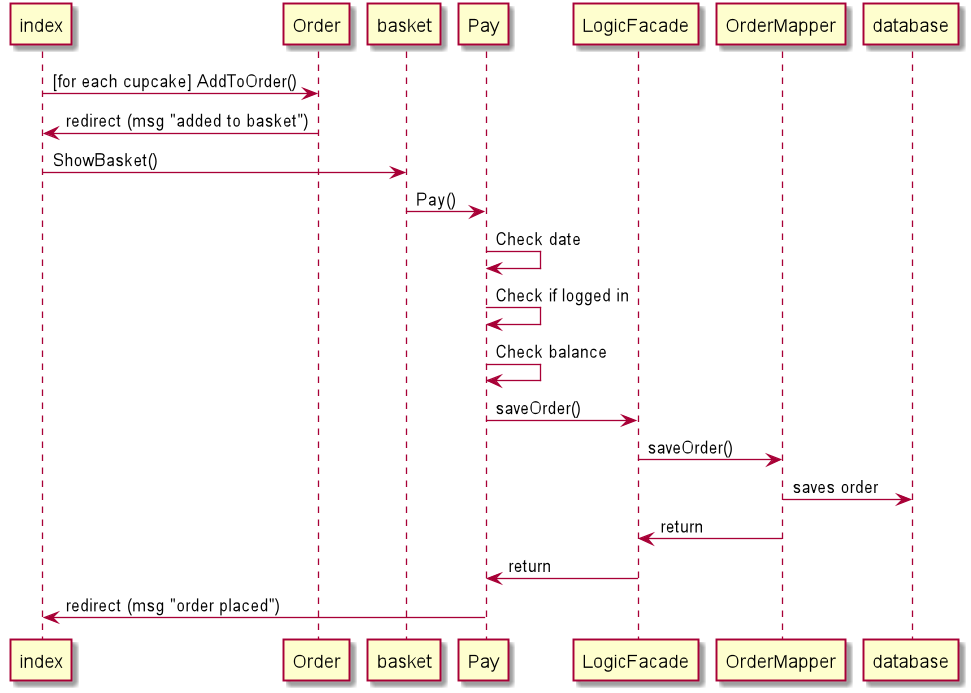
This is UML/SequenceDiagramKøb.png from olvang/CupCakeProjekt, a PlantUML export, as it was before one commit.
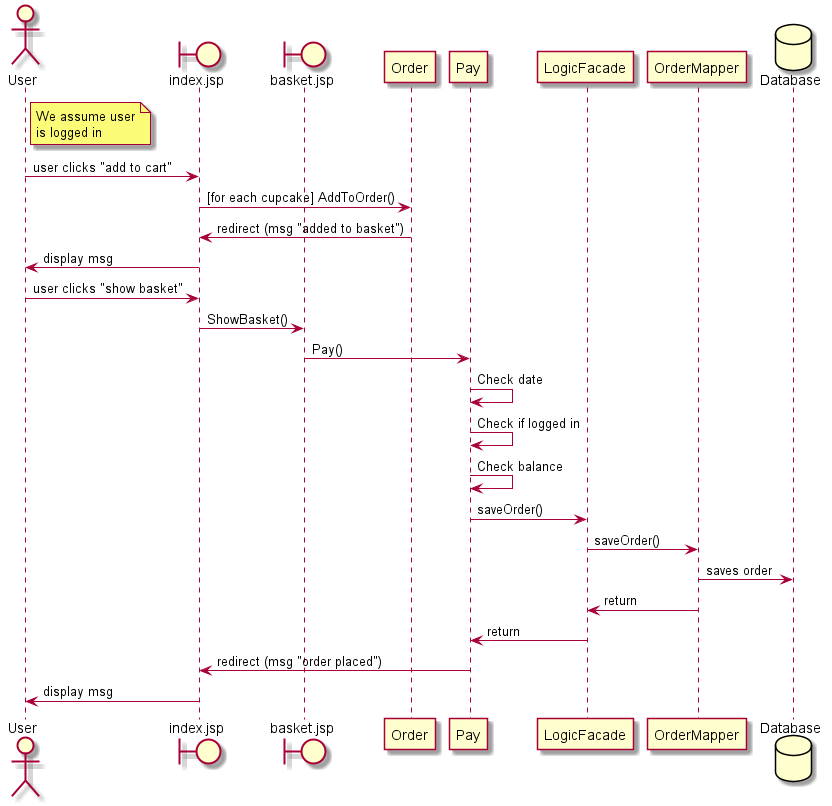
After the change.

Commit message:
finished UML diagrams

Change to the diagram source:
```diff
@@ -1,7 +1,24 @@
 @startuml
 
+Actor User as user
+boundary "index.jsp" as index
+boundary "basket.jsp" as basket
+participant "Order" as Order
+participant Pay
+participant LogicFacade
+participant OrderMapper
+database "Database" as database
+
+note right of user
+We assume user
+is logged in
+end note
+
+user -> index : user clicks "add to cart"
 index -> Order : [for each cupcake] AddToOrder()
 Order -> index : redirect (msg "added to basket")
+index -> user : display msg
+user -> index : user clicks "show basket"
 
 index -> basket : ShowBasket()
 basket -> Pay : Pay()
@@ -14,5 +31,6 @@
 OrderMapper -> LogicFacade : return
 LogicFacade -> Pay : return
 Pay -> index : redirect (msg "order placed")
+index -> user : display msg
 
 @enduml
```
